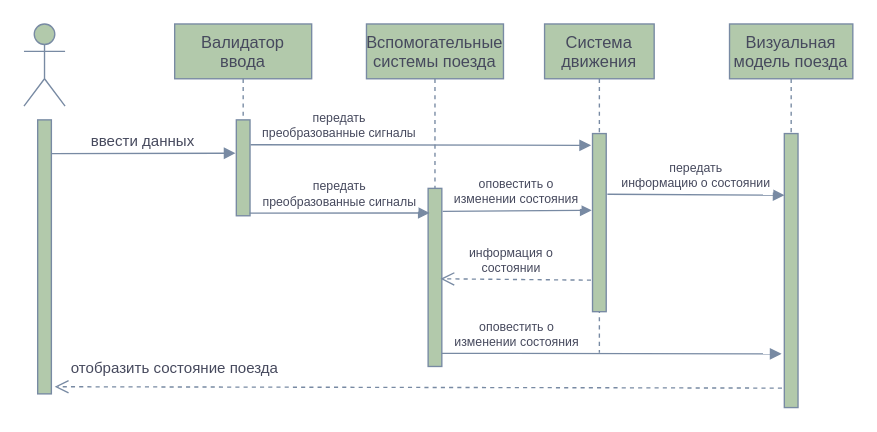
The draw.io diagram Seq.drawio in Artemor31/Files, before the edit. Source tidied: cells renumbered, new cells numbered last; positions are measured from the earlier drawing's top-left corner, leaving out a move shared by most shapes. Both pictures are drawn from the tidied source at 137%, with x=0, y=0 at pixel (23, 23).
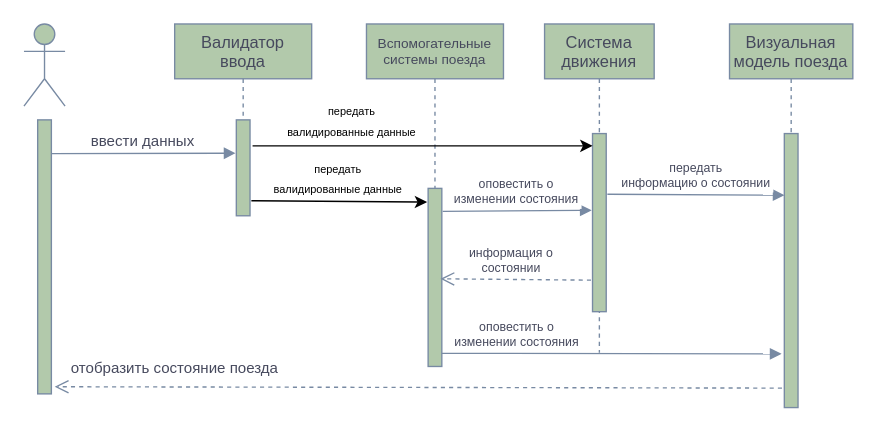
The same page after the edit.

The change refers to these unchanged cells:
```xml
<mxCell id="3" style="points=[];perimeter=orthogonalPerimeter;rounded=0;shadow=0;strokeWidth=1;fillColor=#B2C9AB;strokeColor=#788AA3;fontColor=#46495D;" parent="2" vertex="1">
  <mxGeometry x="45" y="120" width="10" height="130" as="geometry" />
</mxCell>
<mxCell id="6" style="points=[];perimeter=orthogonalPerimeter;rounded=0;shadow=0;strokeWidth=1;fillColor=#B2C9AB;strokeColor=#788AA3;fontColor=#46495D;" parent="5" vertex="1">
  <mxGeometry x="35" y="80" width="10" height="130" as="geometry" />
</mxCell>
<mxCell id="14" style="points=[];perimeter=orthogonalPerimeter;rounded=0;shadow=0;strokeWidth=1;fillColor=#B2C9AB;strokeColor=#788AA3;fontColor=#46495D;" parent="13" vertex="1">
  <mxGeometry x="45" y="70" width="10" height="70" as="geometry" />
</mxCell>
```

Change to the diagram source:
```diff
@@
-    <mxCell id="2" value="Вспомогательные&#10;системы поезда" style="shape=umlLifeline;perimeter=lifelinePerimeter;rounded=0;shadow=0;strokeWidth=1;fillColor=#B2C9AB;strokeColor=#788AA3;fontColor=#46495D;" parent="1" vertex="1">
+    <mxCell id="2" value="Вспомогательные&#10;системы поезда" style="shape=umlLifeline;perimeter=lifelinePerimeter;rounded=0;shadow=0;strokeWidth=1;fillColor=#B2C9AB;strokeColor=#788AA3;fontColor=#46495D;fontSize=10;" parent="1" vertex="1">
       <mxGeometry x="250" width="100" height="250" as="geometry" />
     </mxCell>
@@
-    <mxCell id="15" value="передать&#10;преобразованные сигналы" style="verticalAlign=bottom;endArrow=block;shadow=0;strokeWidth=1;exitX=0.964;exitY=0.973;exitDx=0;exitDy=0;exitPerimeter=0;entryX=0.116;entryY=0.138;entryDx=0;entryDy=0;entryPerimeter=0;fontSize=9;strokeColor=#788AA3;fontColor=#46495D;" parent="1" edge="1" source="14" target="3">
-      <mxGeometry relative="1" as="geometry" />
-    </mxCell>
@@
-    <mxCell id="19" value="передать&#10;преобразованные сигналы" style="verticalAlign=bottom;endArrow=block;shadow=0;strokeWidth=1;exitX=1.038;exitY=0.259;exitDx=0;exitDy=0;exitPerimeter=0;entryX=-0.105;entryY=0.066;entryDx=0;entryDy=0;entryPerimeter=0;fontSize=9;strokeColor=#788AA3;fontColor=#46495D;" parent="1" edge="1" source="14" target="6">
-      <mxGeometry x="-0.48" relative="1" as="geometry" />
+    <mxCell id="19" style="endArrow=classic;html=1;rounded=0;exitX=1.186;exitY=0.271;exitDx=0;exitDy=0;exitPerimeter=0;" parent="1" edge="1" source="14" target="6">
+      <mxGeometry relative="1" as="geometry" />
     </mxCell>
+    <mxCell id="20" style="endArrow=classic;html=1;rounded=0;entryX=-0.074;entryY=0.077;entryDx=0;entryDy=0;entryPerimeter=0;" parent="1" edge="1" target="3">
+      <mxGeometry relative="1" as="geometry">
+        <mxPoint x="166" y="129" as="sourcePoint" />
+      </mxGeometry>
+    </mxCell>
+    <mxCell id="21" value="&lt;font style=&quot;font-size: 8px; line-height: 0.5;&quot;&gt;передать &lt;br&gt;валидированные данные&lt;/font&gt;" style="text;html=1;align=center;verticalAlign=middle;strokeColor=none;fillColor=none;spacing=0;" parent="1" vertex="1">
+      <mxGeometry x="177" y="96" width="104" height="32" as="geometry" />
+    </mxCell>
+    <mxCell id="22" value="&lt;font style=&quot;font-size: 8px; line-height: 0.5;&quot;&gt;передать &lt;br&gt;валидированные данные&lt;/font&gt;" style="text;html=1;align=center;verticalAlign=middle;strokeColor=none;fillColor=none;spacing=0;" parent="1" vertex="1">
+      <mxGeometry x="187" y="54" width="104" height="32" as="geometry" />
+    </mxCell>
```
